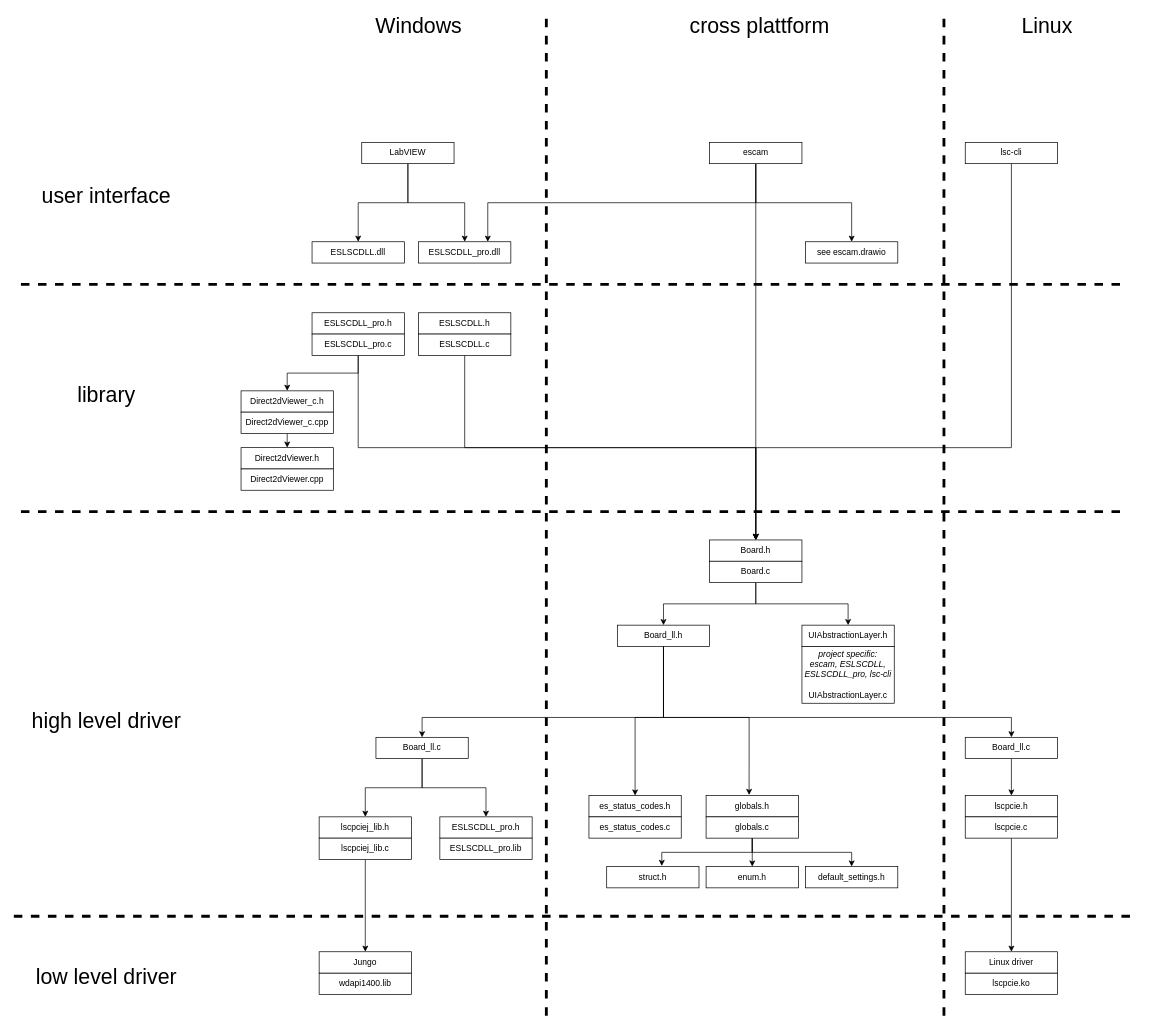
Before: doc/software_structure.drawio in Entwicklungsburo-Stresing/EBST_CAM, a draw.io diagram. Source tidied: cells renumbered, new cells numbered last; positions are measured from the earlier drawing's top-left corner, leaving out a move shared by most shapes. Both pictures are drawn from the tidied source at 71%, with x=0, y=0 at pixel (13, 14).
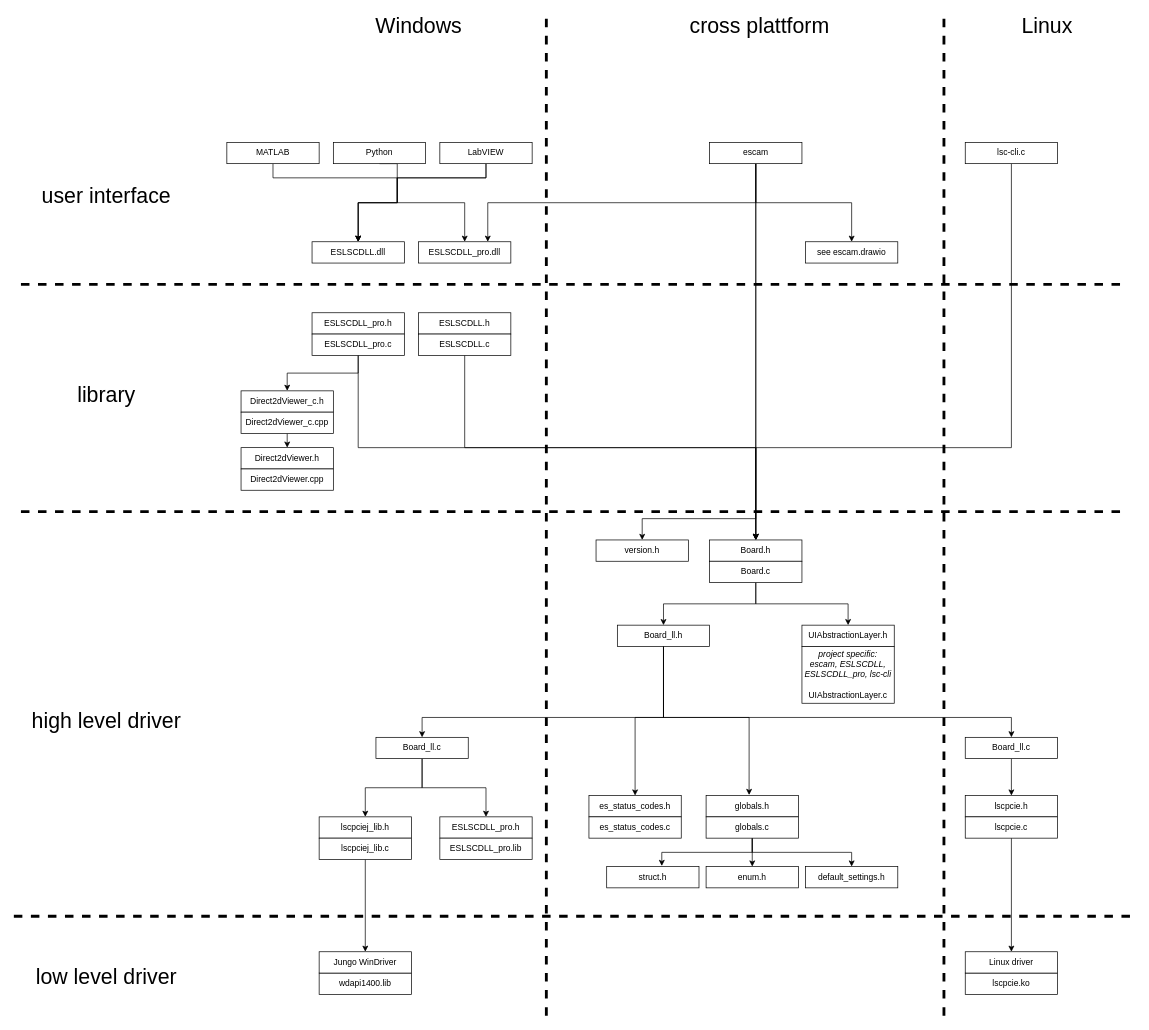
The same diagram, later.

The change refers to these unchanged cells:
```xml
<mxCell id="47" value="ESLSCDLL.dll" style="rounded=0;whiteSpace=wrap;html=1;" parent="1" vertex="1">
  <mxGeometry x="420" y="320" width="130" height="30" as="geometry" />
</mxCell>
<mxCell id="48" value="ESLSCDLL_pro.dll" style="rounded=0;whiteSpace=wrap;html=1;" parent="1" vertex="1">
  <mxGeometry x="570" y="320" width="130" height="30" as="geometry" />
</mxCell>
<mxCell id="57" value="escam" style="rounded=0;whiteSpace=wrap;html=1;" parent="1" vertex="1">
  <mxGeometry x="980" y="180" width="130" height="30" as="geometry" />
</mxCell>
```

Diff of the diagram source:
```diff
@@
-    <mxCell id="35" value="Jungo" style="rounded=0;whiteSpace=wrap;html=1;" parent="1" vertex="1">
+    <mxCell id="35" value="Jungo WinDriver" style="rounded=0;whiteSpace=wrap;html=1;" parent="1" vertex="1">
       <mxGeometry x="430" y="1320" width="130" height="30" as="geometry" />
     </mxCell>
@@
     <mxCell id="49" style="edgeStyle=orthogonalEdgeStyle;rounded=0;jettySize=auto;html=1;exitX=0.5;exitY=1;exitDx=0;exitDy=0;entryX=0.5;entryY=0;entryDx=0;entryDy=0;" parent="1" edge="1" source="51" target="48">
-      <mxGeometry relative="1" as="geometry" />
+      <mxGeometry relative="1" as="geometry">
+        <Array as="points">
+          <mxPoint x="665" y="230" />
+          <mxPoint x="540" y="230" />
+          <mxPoint x="540" y="265" />
+          <mxPoint x="635" y="265" />
+        </Array>
+      </mxGeometry>
     </mxCell>
     <mxCell id="50" style="edgeStyle=orthogonalEdgeStyle;rounded=0;jettySize=auto;html=1;exitX=0.5;exitY=1;exitDx=0;exitDy=0;entryX=0.5;entryY=0;entryDx=0;entryDy=0;" parent="1" edge="1" source="51" target="47">
-      <mxGeometry relative="1" as="geometry" />
+      <mxGeometry relative="1" as="geometry">
+        <Array as="points">
+          <mxPoint x="665" y="230" />
+          <mxPoint x="540" y="230" />
+          <mxPoint x="540" y="265" />
+          <mxPoint x="485" y="265" />
+        </Array>
+      </mxGeometry>
     </mxCell>
     <mxCell id="51" value="LabVIEW" style="rounded=0;whiteSpace=wrap;html=1;" parent="1" vertex="1">
-      <mxGeometry x="490" y="180" width="130" height="30" as="geometry" />
+      <mxGeometry x="600" y="180" width="130" height="30" as="geometry" />
     </mxCell>
@@
-    <mxCell id="53" value="lsc-cli" style="rounded=0;whiteSpace=wrap;html=1;" parent="1" vertex="1">
+    <mxCell id="53" value="lsc-cli.c" style="rounded=0;whiteSpace=wrap;html=1;" parent="1" vertex="1">
       <mxGeometry x="1340" y="180" width="130" height="30" as="geometry" />
     </mxCell>
@@
+    <mxCell id="76" style="edgeStyle=orthogonalEdgeStyle;rounded=0;jettySize=auto;html=1;exitX=0.5;exitY=1;exitDx=0;exitDy=0;entryX=0.5;entryY=0;entryDx=0;entryDy=0;" parent="1" edge="1" source="57" target="77">
+      <mxGeometry relative="1" as="geometry">
+        <Array as="points">
+          <mxPoint x="1045" y="710" />
+          <mxPoint x="885" y="710" />
+        </Array>
+      </mxGeometry>
+    </mxCell>
@@
+    <mxCell id="77" value="version.h" style="rounded=0;whiteSpace=wrap;html=1;" parent="1" vertex="1">
+      <mxGeometry x="820" y="740" width="130" height="30" as="geometry" />
+    </mxCell>
+    <mxCell id="78" style="edgeStyle=orthogonalEdgeStyle;rounded=0;jettySize=auto;html=1;exitX=0.5;exitY=1;exitDx=0;exitDy=0;entryX=0.5;entryY=0;entryDx=0;entryDy=0;" parent="1" edge="1" source="79" target="47">
+      <mxGeometry relative="1" as="geometry">
+        <Array as="points">
+          <mxPoint x="540" y="210" />
+          <mxPoint x="540" y="265" />
+          <mxPoint x="485" y="265" />
+        </Array>
+      </mxGeometry>
+    </mxCell>
+    <mxCell id="79" value="Python" style="rounded=0;whiteSpace=wrap;html=1;" parent="1" vertex="1">
+      <mxGeometry x="450" y="180" width="130" height="30" as="geometry" />
+    </mxCell>
+    <mxCell id="80" style="edgeStyle=orthogonalEdgeStyle;rounded=0;jettySize=auto;html=1;exitX=0.5;exitY=1;exitDx=0;exitDy=0;entryX=0.5;entryY=0;entryDx=0;entryDy=0;" parent="1" edge="1" source="81" target="47">
+      <mxGeometry relative="1" as="geometry">
+        <Array as="points">
+          <mxPoint x="365" y="230" />
+          <mxPoint x="540" y="230" />
+          <mxPoint x="540" y="265" />
+          <mxPoint x="485" y="265" />
+        </Array>
+      </mxGeometry>
+    </mxCell>
+    <mxCell id="81" value="MATLAB" style="rounded=0;whiteSpace=wrap;html=1;" parent="1" vertex="1">
+      <mxGeometry x="300" y="180" width="130" height="30" as="geometry" />
+    </mxCell>
```
